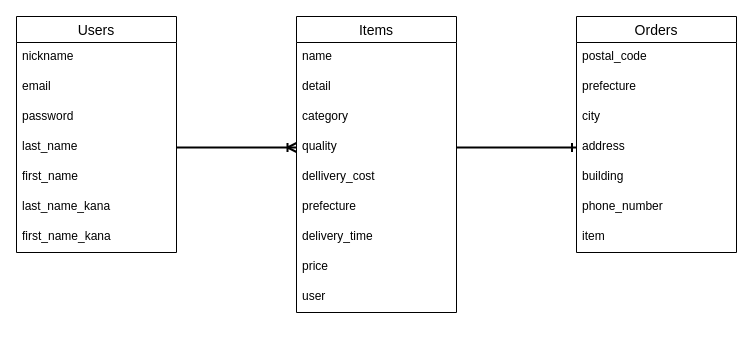
The draw.io diagram ER.dio in Nuigu/furima-39534, before the edit. Source tidied: cells renumbered, new cells numbered last; positions are measured from the earlier drawing's top-left corner, leaving out a move shared by most shapes. Both pictures are drawn from the tidied source at 100%, with x=0, y=0 at pixel (16, 16).
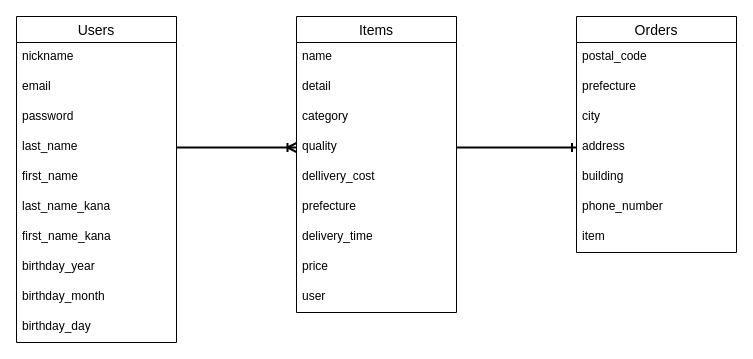
Above is the later version.

Commit message (it also covers changes not shown here):
Usersテーブルに不足項目を追加

実装要件と比較してユーザーテーブルのカラム数が少ないです。
実装要件及び見本アプリの新規登録ページを参考にカラムを追加しましょう。

Change to the diagram source:
```diff
@@
     <mxCell id="2" value="Users" style="swimlane;fontStyle=0;horizontal=1;startSize=26;align=center;fontSize=14;" parent="1" vertex="1">
-      <mxGeometry width="160" height="236" as="geometry" />
+      <mxGeometry width="160" height="326" as="geometry" />
     </mxCell>
@@
+    <mxCell id="30" value="birthday_year" style="text;strokeColor=none;fillColor=none;spacingLeft=4;spacingRight=4;overflow=hidden;fontSize=12;" parent="2" vertex="1">
+      <mxGeometry y="236" width="160" height="30" as="geometry" />
+    </mxCell>
+    <mxCell id="31" value="birthday_month" style="text;strokeColor=none;fillColor=none;spacingLeft=4;spacingRight=4;overflow=hidden;fontSize=12;" parent="2" vertex="1">
+      <mxGeometry y="266" width="160" height="30" as="geometry" />
+    </mxCell>
+    <mxCell id="32" value="birthday_day" style="text;strokeColor=none;fillColor=none;spacingLeft=4;spacingRight=4;overflow=hidden;fontSize=12;" parent="2" vertex="1">
+      <mxGeometry y="296" width="160" height="30" as="geometry" />
+    </mxCell>
```
